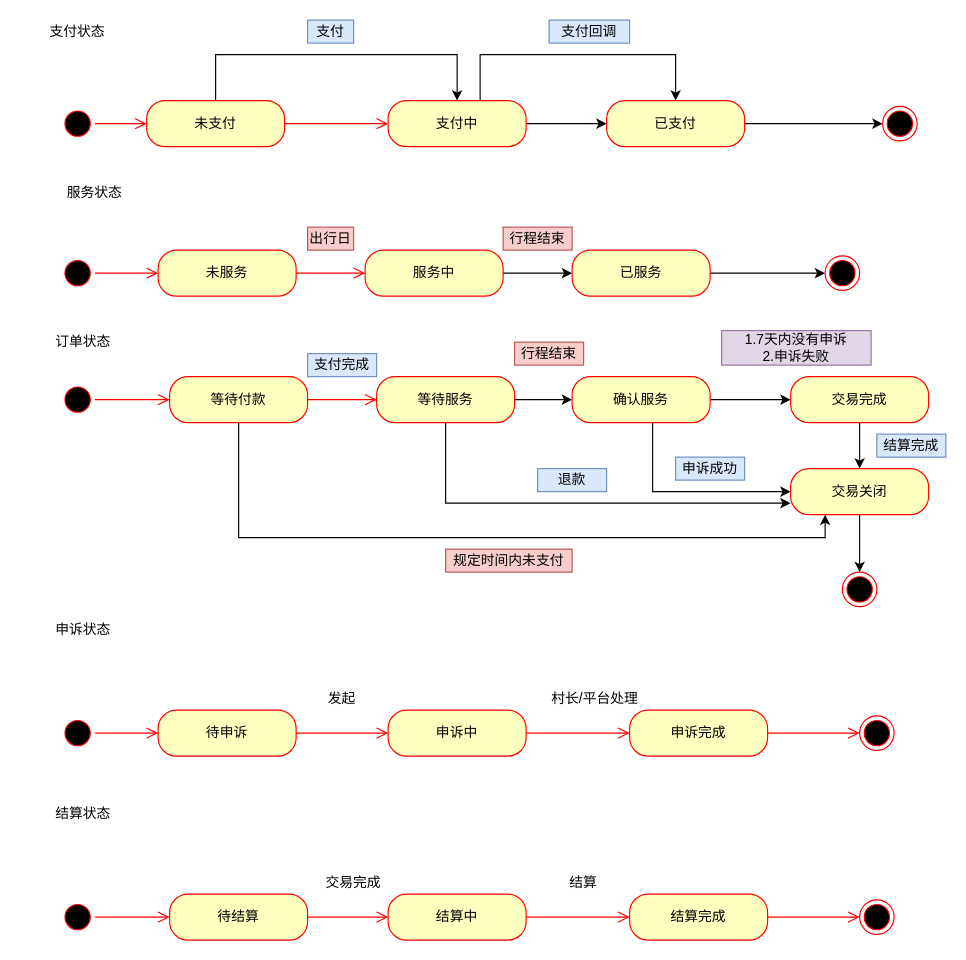
JhonShi/mashangqu keeps this draw.io diagram as page "新订单状态" (9 of 9) of 码上趣.drawio. Above is the earlier version. Source tidied: cells renumbered, new cells numbered last; positions are measured from the earlier drawing's top-left corner, leaving out a move shared by most shapes. Both pictures are drawn from the tidied source at 115%, with x=0, y=0 at pixel (20, 20).
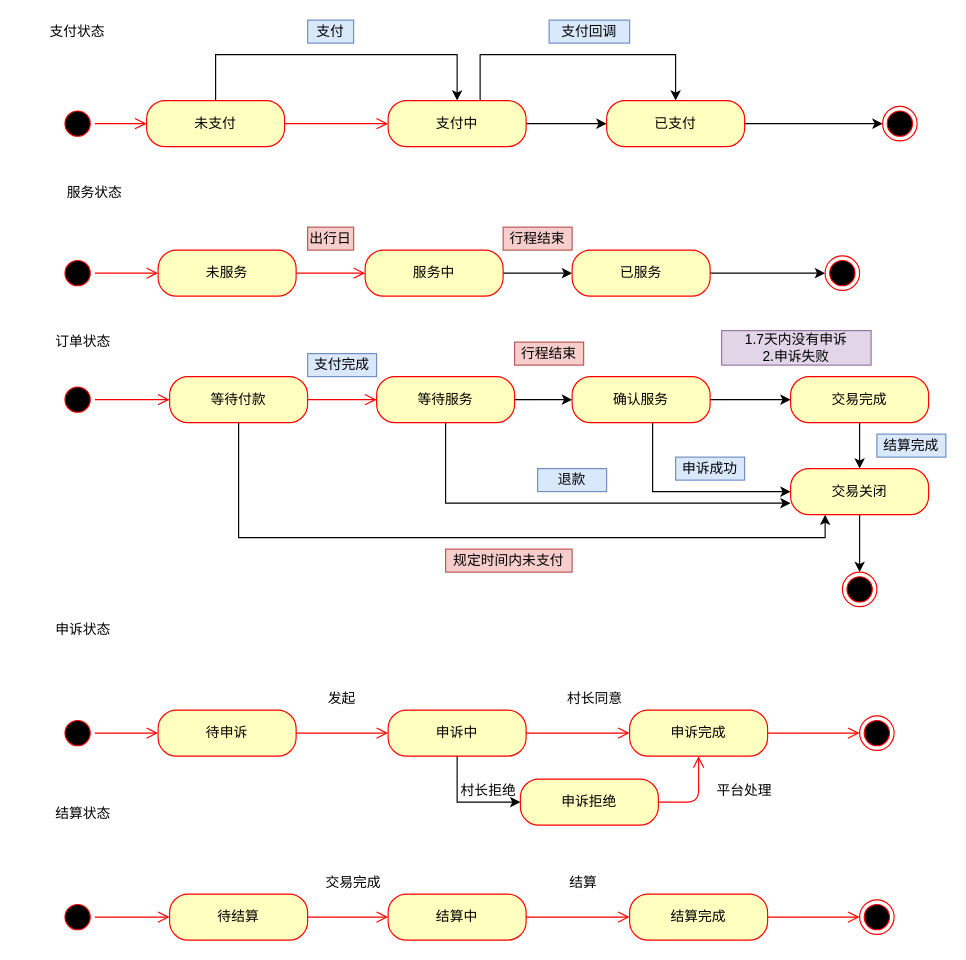
The same page after the edit.

Commit message:
更新码上趣.drawio

The change refers to these unchanged cells:
```xml
<mxCell id="50" value="申诉中" style="rounded=1;whiteSpace=wrap;html=1;arcSize=40;fontColor=#000000;fillColor=#ffffc0;strokeColor=#ff0000;" parent="1" vertex="1">
  <mxGeometry x="320" y="600" width="120" height="40" as="geometry" />
</mxCell>
<mxCell id="52" value="申诉完成" style="rounded=1;whiteSpace=wrap;html=1;arcSize=40;fontColor=#000000;fillColor=#ffffc0;strokeColor=#ff0000;" parent="1" vertex="1">
  <mxGeometry x="530" y="600" width="120" height="40" as="geometry" />
</mxCell>
```

Diff of the diagram source:
```diff
@@
+    <mxCell id="76" style="edgeStyle=orthogonalEdgeStyle;rounded=0;jettySize=auto;html=1;entryX=0;entryY=0.5;entryDx=0;entryDy=0;" parent="1" edge="1" source="50" target="77">
+      <mxGeometry relative="1" as="geometry" />
+    </mxCell>
@@
-    <mxCell id="56" value="村长/平台处理" style="text;html=1;strokeColor=none;fillColor=none;align=center;verticalAlign=middle;whiteSpace=wrap;rounded=0;" parent="1" vertex="1">
+    <mxCell id="56" value="村长同意" style="text;html=1;strokeColor=none;fillColor=none;align=center;verticalAlign=middle;whiteSpace=wrap;rounded=0;" parent="1" vertex="1">
       <mxGeometry x="460" y="580" width="80" height="20" as="geometry" />
     </mxCell>
@@
+    <mxCell id="77" value="申诉拒绝" style="rounded=1;whiteSpace=wrap;html=1;arcSize=40;fontColor=#000000;fillColor=#ffffc0;strokeColor=#ff0000;" parent="1" vertex="1">
+      <mxGeometry x="435" y="660" width="120" height="40" as="geometry" />
+    </mxCell>
+    <mxCell id="78" style="edgeStyle=orthogonalEdgeStyle;html=1;verticalAlign=bottom;endArrow=open;endSize=8;strokeColor=#ff0000;entryX=0.5;entryY=1;entryDx=0;entryDy=0;" parent="1" edge="1" source="77" target="52">
+      <mxGeometry relative="1" as="geometry">
+        <Array as="points">
+          <mxPoint x="590" y="680" />
+        </Array>
+      </mxGeometry>
+    </mxCell>
+    <mxCell id="79" value="村长拒绝" style="text;html=1;strokeColor=none;fillColor=none;align=center;verticalAlign=middle;whiteSpace=wrap;rounded=0;" parent="1" vertex="1">
+      <mxGeometry x="375" y="660" width="65" height="20" as="geometry" />
+    </mxCell>
+    <mxCell id="80" value="平台处理" style="text;html=1;strokeColor=none;fillColor=none;align=center;verticalAlign=middle;whiteSpace=wrap;rounded=0;" parent="1" vertex="1">
+      <mxGeometry x="590" y="660" width="80" height="20" as="geometry" />
+    </mxCell>
```
